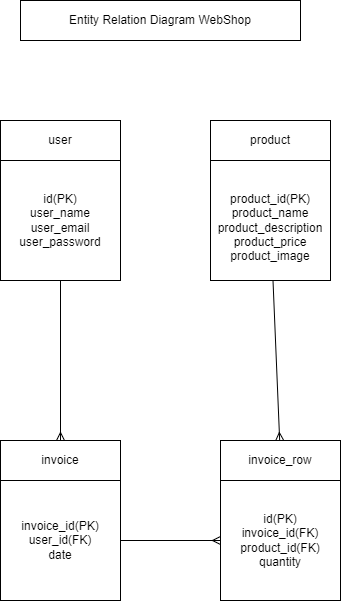
JeroenHeemskerk/educom-webshop-oop-1682067300 keeps this draw.io diagram as Diagrams/Entity Relation Diagram.png. Above is the earlier version. Source tidied: cells renumbered, new cells last; positions are measured from the earlier drawing's top-left corner, leaving out a move shared by most shapes.
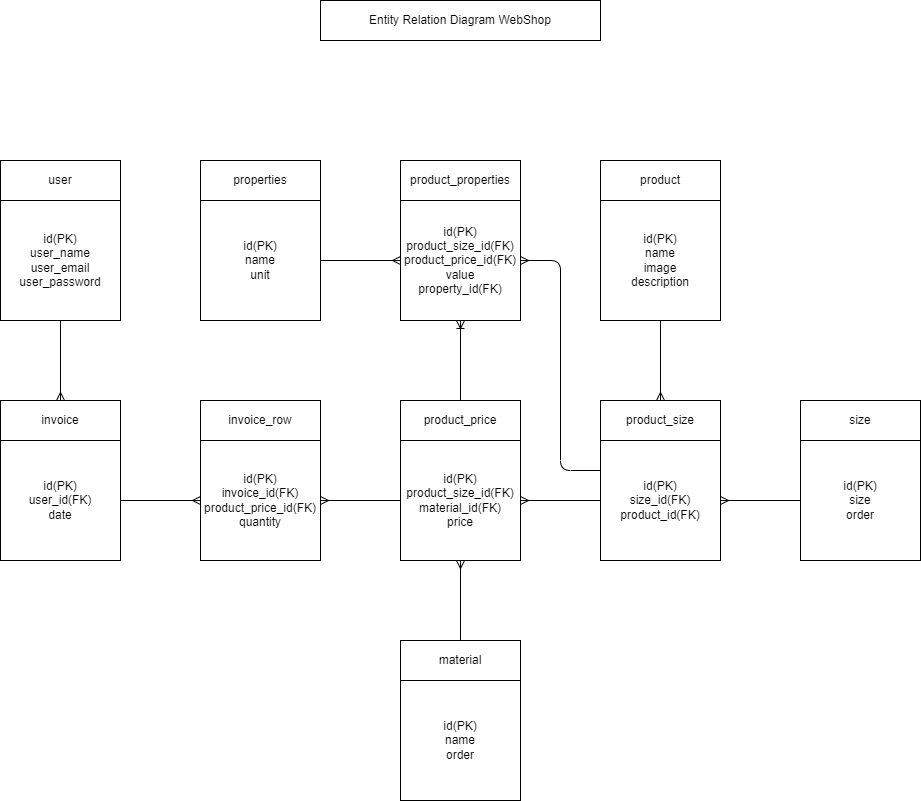
Above is the later version.

Commit message:
Updated ERD according to webshop

What changed in the source:
```diff
@@ -1,42 +1,104 @@
-<mxGraphModel background="#FFFFFF">
+<mxGraphModel background="#ffffff">
   <root>
     <mxCell id="0" />
     <mxCell id="1" parent="0" />
     <mxCell id="2" value="Entity Relation Diagram WebShop" style="rounded=0;whiteSpace=wrap;html=1;" parent="1" vertex="1">
-      <mxGeometry x="20" width="280" height="40" as="geometry" />
+      <mxGeometry x="330" y="40" width="280" height="40" as="geometry" />
     </mxCell>
     <mxCell id="3" value="user" style="rounded=0;whiteSpace=wrap;html=1;" parent="1" vertex="1">
-      <mxGeometry y="120" width="120" height="40" as="geometry" />
+      <mxGeometry x="10" y="200" width="120" height="40" as="geometry" />
     </mxCell>
-    <mxCell id="4" value="product&lt;br&gt;" style="rounded=0;whiteSpace=wrap;html=1;" parent="1" vertex="1">
-      <mxGeometry x="210" y="120" width="120" height="40" as="geometry" />
+    <mxCell id="4" value="properties" style="rounded=0;whiteSpace=wrap;html=1;" parent="1" vertex="1">
+      <mxGeometry x="210" y="200" width="120" height="40" as="geometry" />
     </mxCell>
     <mxCell id="5" style="edgeStyle=none;html=1;endArrow=ERmany;endFill=0;labelBackgroundColor=#FFFFFF;strokeColor=#000000;" parent="1" edge="1" source="6" target="9">
       <mxGeometry relative="1" as="geometry" />
     </mxCell>
     <mxCell id="6" value="id(PK)&lt;br&gt;user_name&lt;br&gt;user_email&lt;br&gt;user_password" style="rounded=0;whiteSpace=wrap;html=1;" parent="1" vertex="1">
-      <mxGeometry y="160" width="120" height="120" as="geometry" />
+      <mxGeometry x="10" y="240" width="120" height="120" as="geometry" />
     </mxCell>
-    <mxCell id="7" style="edgeStyle=none;html=1;endArrow=ERmany;endFill=0;labelBackgroundColor=#FFFFFF;strokeColor=#000000;" parent="1" edge="1" source="8" target="11">
-      <mxGeometry relative="1" as="geometry" />
-    </mxCell>
+    <mxCell id="14" style="edgeStyle=none;html=1;entryX=0;entryY=0.5;entryDx=0;entryDy=0;strokeColor=#000000;startArrow=none;startFill=0;endArrow=ERmany;endFill=0;" parent="1" edge="1" source="8" target="19">
+      <mxGeometry relative="1" as="geometry" />
+    </mxCell>
-    <mxCell id="8" value="&lt;br&gt;product_id(PK)&lt;br&gt;product_name&lt;br&gt;product_description&lt;br&gt;product_price&lt;br&gt;product_image" style="rounded=0;whiteSpace=wrap;html=1;" parent="1" vertex="1">
-      <mxGeometry x="210" y="160" width="120" height="120" as="geometry" />
+    <mxCell id="8" value="id(PK)&lt;br&gt;name&lt;br&gt;unit" style="rounded=0;whiteSpace=wrap;html=1;" parent="1" vertex="1">
+      <mxGeometry x="210" y="240" width="120" height="120" as="geometry" />
     </mxCell>
     <mxCell id="9" value="invoice" style="rounded=0;whiteSpace=wrap;html=1;" parent="1" vertex="1">
-      <mxGeometry y="440" width="120" height="40" as="geometry" />
+      <mxGeometry x="10" y="440" width="120" height="40" as="geometry" />
     </mxCell>
-    <mxCell id="10" value="invoice_id(PK)&lt;br&gt;user_id(FK)&lt;br&gt;date" style="rounded=0;whiteSpace=wrap;html=1;" parent="1" vertex="1">
-      <mxGeometry y="480" width="120" height="120" as="geometry" />
+    <mxCell id="10" value="id(PK)&lt;br&gt;user_id(FK)&lt;br&gt;date" style="rounded=0;whiteSpace=wrap;html=1;" parent="1" vertex="1">
+      <mxGeometry x="10" y="480" width="120" height="120" as="geometry" />
     </mxCell>
     <mxCell id="11" value="invoice_row" style="rounded=0;whiteSpace=wrap;html=1;" parent="1" vertex="1">
-      <mxGeometry x="220" y="440" width="120" height="40" as="geometry" />
+      <mxGeometry x="210" y="440" width="120" height="40" as="geometry" />
     </mxCell>
-    <mxCell id="12" value="id(PK)&lt;br&gt;invoice_id(FK)&lt;br&gt;product_id(FK)&lt;br&gt;quantity" style="rounded=0;whiteSpace=wrap;html=1;" parent="1" vertex="1">
-      <mxGeometry x="220" y="480" width="120" height="120" as="geometry" />
+    <mxCell id="12" value="id(PK)&lt;br&gt;invoice_id(FK)&lt;br&gt;product_price_id(FK)&lt;br&gt;quantity" style="rounded=0;whiteSpace=wrap;html=1;" parent="1" vertex="1">
+      <mxGeometry x="210" y="480" width="120" height="120" as="geometry" />
     </mxCell>
     <mxCell id="13" style="endArrow=ERmany;html=1;exitX=1;exitY=0.5;exitDx=0;exitDy=0;entryX=0;entryY=0.5;entryDx=0;entryDy=0;endFill=0;labelBackgroundColor=#FFFFFF;strokeColor=#000000;" parent="1" edge="1" source="10" target="12">
       <mxGeometry relative="1" as="geometry" />
     </mxCell>
+    <mxCell id="15" style="edgeStyle=none;html=1;entryX=1;entryY=0.5;entryDx=0;entryDy=0;strokeColor=#000000;startArrow=none;startFill=0;endArrow=ERmany;endFill=0;" parent="1" edge="1" source="16" target="12">
+      <mxGeometry relative="1" as="geometry" />
+    </mxCell>
+    <mxCell id="16" value="id(PK)&lt;br&gt;product_size_id(FK)&lt;br&gt;material_id(FK)&lt;br&gt;price" style="rounded=0;whiteSpace=wrap;html=1;" parent="1" vertex="1">
+      <mxGeometry x="410" y="480" width="120" height="120" as="geometry" />
+    </mxCell>
+    <mxCell id="17" value="id(PK)&lt;br&gt;name&lt;br&gt;order" style="rounded=0;whiteSpace=wrap;html=1;" parent="1" vertex="1">
+      <mxGeometry x="410" y="720" width="120" height="120" as="geometry" />
+    </mxCell>
+    <mxCell id="18" style="edgeStyle=none;html=1;strokeColor=#000000;startArrow=ERoneToMany;startFill=0;endArrow=none;endFill=0;" parent="1" edge="1" source="19" target="29">
+      <mxGeometry relative="1" as="geometry" />
+    </mxCell>
+    <mxCell id="19" value="id(PK)&lt;br&gt;product_size_id(FK)&lt;br&gt;product_price_id(FK)&lt;br&gt;value&lt;br&gt;property_id(FK)" style="rounded=0;whiteSpace=wrap;html=1;" parent="1" vertex="1">
+      <mxGeometry x="410" y="240" width="120" height="120" as="geometry" />
+    </mxCell>
+    <mxCell id="20" style="edgeStyle=none;html=1;strokeColor=#000000;startArrow=none;startFill=0;endArrow=ERmany;endFill=0;" parent="1" edge="1" source="21" target="26">
+      <mxGeometry relative="1" as="geometry" />
+    </mxCell>
+    <mxCell id="21" value="id(PK)&lt;br&gt;name&lt;br&gt;image&lt;br&gt;description" style="rounded=0;whiteSpace=wrap;html=1;" parent="1" vertex="1">
+      <mxGeometry x="610" y="240" width="120" height="120" as="geometry" />
+    </mxCell>
+    <mxCell id="22" style="edgeStyle=none;html=1;entryX=1;entryY=0.5;entryDx=0;entryDy=0;strokeColor=#000000;endArrow=ERmany;endFill=0;" parent="1" edge="1" source="23" target="16">
+      <mxGeometry relative="1" as="geometry" />
+    </mxCell>
+    <mxCell id="23" value="id(PK)&lt;br&gt;size_id(FK)&lt;br&gt;product_id(FK)" style="rounded=0;whiteSpace=wrap;html=1;" parent="1" vertex="1">
+      <mxGeometry x="610" y="480" width="120" height="120" as="geometry" />
+    </mxCell>
+    <mxCell id="24" style="edgeStyle=none;html=1;entryX=1;entryY=0.5;entryDx=0;entryDy=0;strokeColor=#000000;endArrow=ERmany;endFill=0;" parent="1" edge="1" source="25" target="23">
+      <mxGeometry relative="1" as="geometry" />
+    </mxCell>
+    <mxCell id="25" value="id(PK)&lt;br&gt;size&lt;br&gt;order" style="rounded=0;whiteSpace=wrap;html=1;" parent="1" vertex="1">
+      <mxGeometry x="810" y="480" width="120" height="120" as="geometry" />
+    </mxCell>
+    <mxCell id="26" value="product_size" style="rounded=0;whiteSpace=wrap;html=1;" parent="1" vertex="1">
+      <mxGeometry x="610" y="440" width="120" height="40" as="geometry" />
+    </mxCell>
+    <mxCell id="27" style="edgeStyle=none;html=1;entryX=0.5;entryY=1;entryDx=0;entryDy=0;strokeColor=#000000;startArrow=none;startFill=0;endArrow=ERmany;endFill=0;" parent="1" edge="1" source="28" target="16">
+      <mxGeometry relative="1" as="geometry" />
+    </mxCell>
+    <mxCell id="28" value="material" style="rounded=0;whiteSpace=wrap;html=1;" parent="1" vertex="1">
+      <mxGeometry x="410" y="680" width="120" height="40" as="geometry" />
+    </mxCell>
+    <mxCell id="29" value="product_price" style="rounded=0;whiteSpace=wrap;html=1;" parent="1" vertex="1">
+      <mxGeometry x="410" y="440" width="120" height="40" as="geometry" />
+    </mxCell>
+    <mxCell id="30" value="product_properties" style="rounded=0;whiteSpace=wrap;html=1;" parent="1" vertex="1">
+      <mxGeometry x="410" y="200" width="120" height="40" as="geometry" />
+    </mxCell>
+    <mxCell id="31" value="product&lt;br&gt;" style="rounded=0;whiteSpace=wrap;html=1;" parent="1" vertex="1">
+      <mxGeometry x="610" y="200" width="120" height="40" as="geometry" />
+    </mxCell>
+    <mxCell id="32" value="size" style="rounded=0;whiteSpace=wrap;html=1;" parent="1" vertex="1">
+      <mxGeometry x="810" y="440" width="120" height="40" as="geometry" />
+    </mxCell>
+    <mxCell id="33" style="endArrow=ERmany;html=1;strokeColor=#000000;exitX=0;exitY=0.25;exitDx=0;exitDy=0;entryX=1;entryY=0.5;entryDx=0;entryDy=0;startArrow=none;startFill=0;endFill=0;" parent="1" edge="1" source="23" target="19">
+      <mxGeometry relative="1" as="geometry">
+        <Array as="points">
+          <mxPoint x="570" y="510" />
+          <mxPoint x="570" y="300" />
+        </Array>
+      </mxGeometry>
+    </mxCell>
   </root>
 </mxGraphModel>
```
